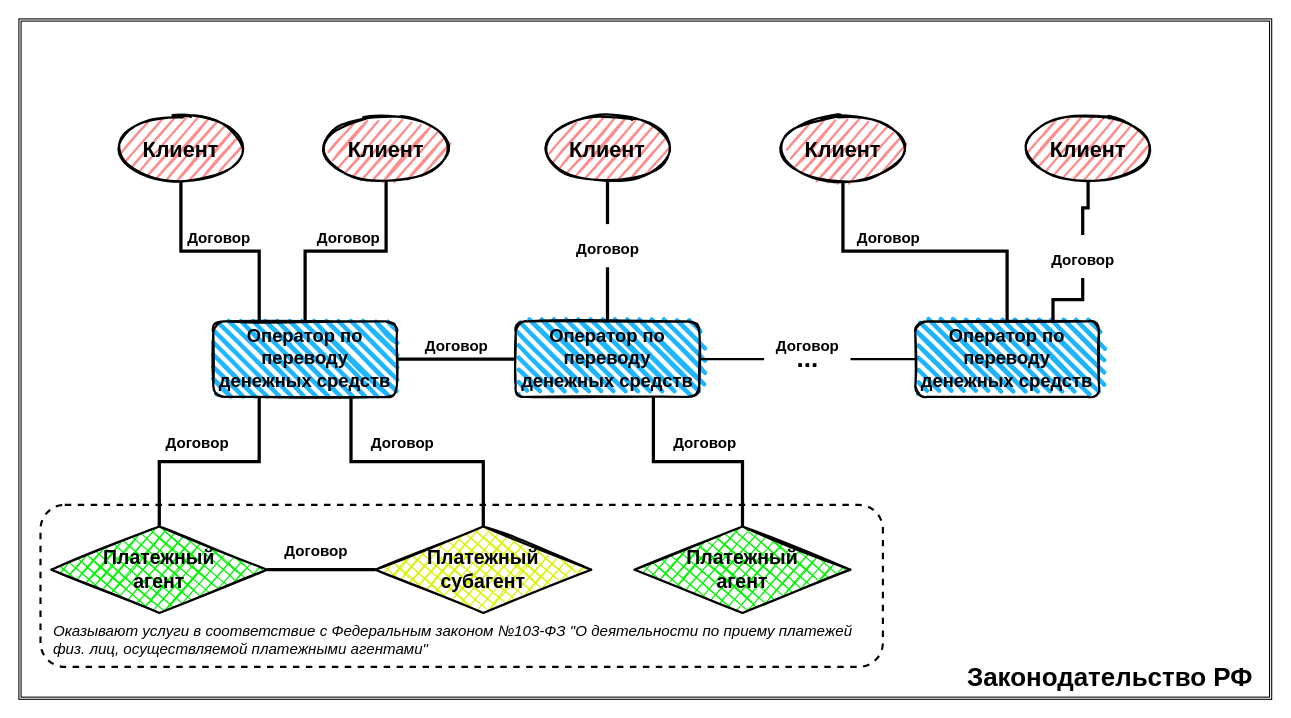
This is Участники ПС.drawio from isfomin/diagrams, a draw.io file, before an edit. Source tidied: cells renumbered, new cells numbered last; positions are measured from the earlier drawing's top-left corner, leaving out a move shared by most shapes. Both pictures are drawn from the tidied source at 108%, with x=0, y=0 at pixel (18, 18).
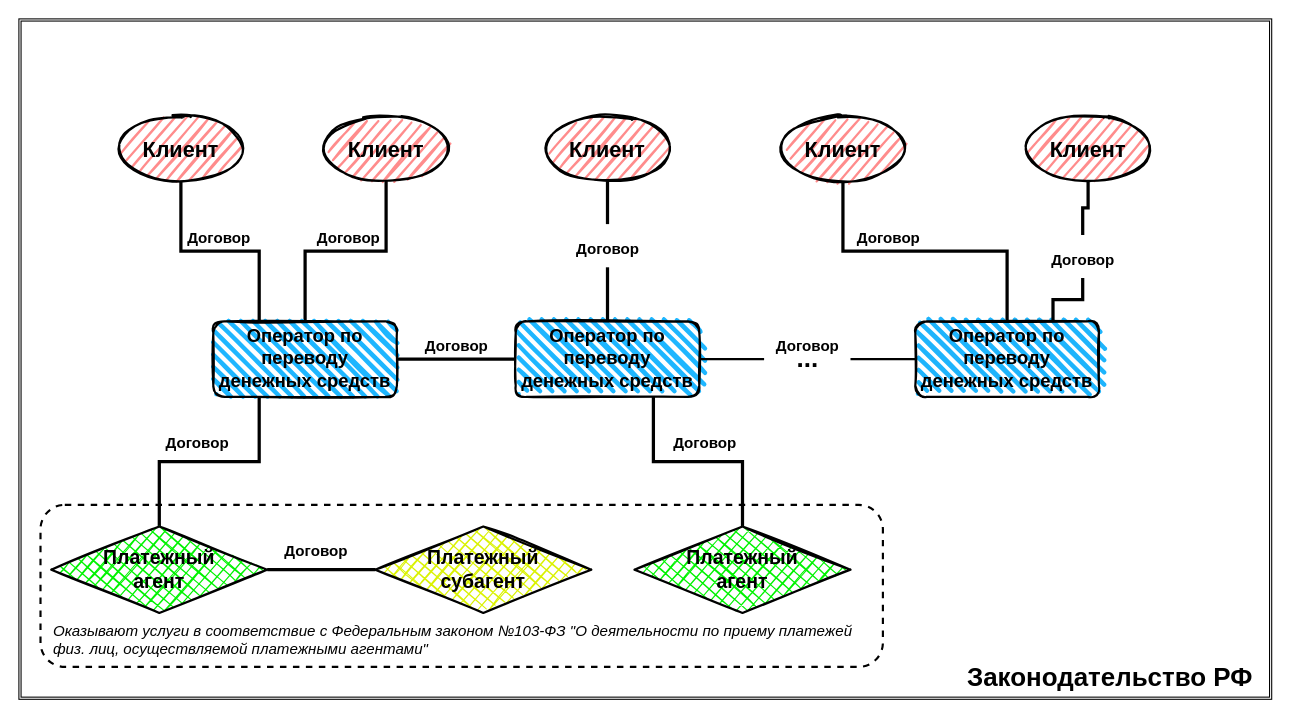
The same page after the edit.

Unchanged cells that the change refers to:
```xml
<mxCell id="6" value="&lt;font style=&quot;font-size: 17px;&quot;&gt;&lt;b style=&quot;&quot;&gt;Оператор по переводу денежных средств&lt;/b&gt;&lt;/font&gt;" style="rounded=1;whiteSpace=wrap;html=1;strokeWidth=2;fillWeight=4;hachureGap=8;hachureAngle=45;fillColor=#1EB6FF;sketch=1;" parent="1" vertex="1">
  <mxGeometry x="180" y="280" width="170" height="70" as="geometry" />
</mxCell>
<mxCell id="34" value="&lt;font style=&quot;font-size: 18px;&quot;&gt;&lt;b&gt;Платежный&lt;br&gt;субагент&lt;/b&gt;&lt;/font&gt;" style="rhombus;whiteSpace=wrap;html=1;strokeWidth=2;fillWeight=-1;hachureGap=8;fillStyle=cross-hatch;fillColor=#DAF202;sketch=1;" parent="1" vertex="1">
  <mxGeometry x="330" y="470" width="200" height="80" as="geometry" />
</mxCell>
```

What changed in the source:
```diff
@@
-    <mxCell id="32" style="edgeStyle=orthogonalEdgeStyle;rounded=0;jettySize=auto;html=1;entryX=0.75;entryY=1;entryDx=0;entryDy=0;endArrow=none;endFill=0;strokeWidth=3;" parent="1" edge="1" source="34" target="6">
-      <mxGeometry relative="1" as="geometry" />
-    </mxCell>
@@
-    <mxCell id="37" value="&lt;font style=&quot;font-size: 14px;&quot;&gt;Договор&lt;/font&gt;" style="text;strokeColor=none;fillColor=none;html=1;fontSize=24;fontStyle=1;verticalAlign=middle;align=center;rotation=0;" parent="1" vertex="1">
-      <mxGeometry x="300" y="370" width="110" height="40" as="geometry" />
-    </mxCell>
```
